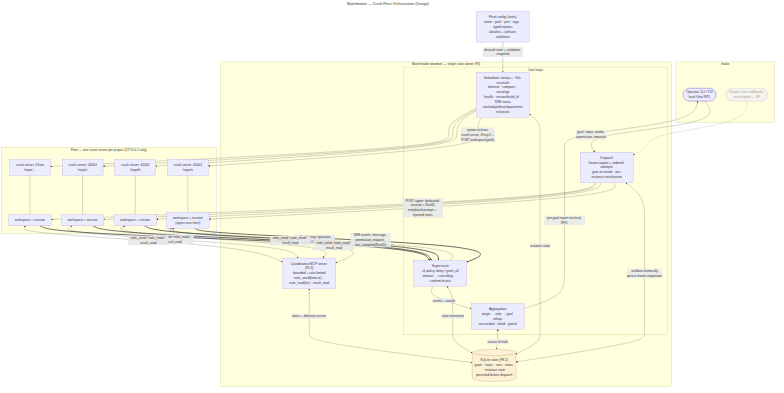
pshickeydev/matchmaker keeps this Mermaid diagram as docs/architecture.png. Above is the earlier version. Its source is kept beside it as docs/architecture.mmd.
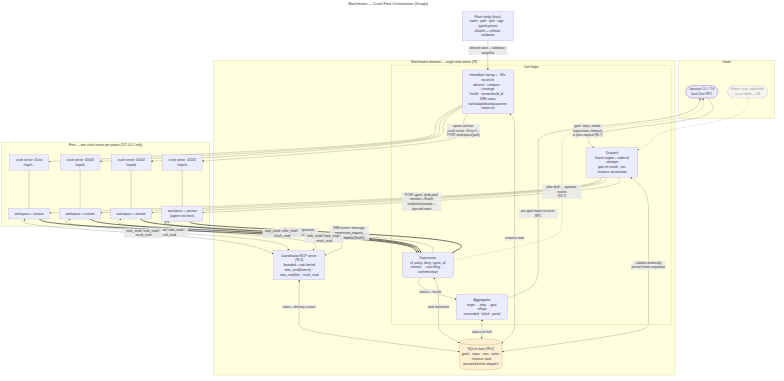
Later version of the same file.

What changed in the source:
```diff
@@ -37,8 +37,9 @@
         SN --- WN
     end
 
-    USER -->|"goal: steps, needs,<br/>supervision, timeouts"| DISP
+    USER -->|"goal: steps, needs,<br/>supervision, timeouts<br/>or plan request (§5.7)"| DISP
     FUTURE -.-> DISP
+    SUP -.->|"plan draft → operator review<br/>(§5.7)"| USER
     CONFIG -->|"desired state + validation snapshot"| RECON
     DISP <-->|"validate atomically<br/>persist frozen expansion"| STORE
     SUP <-->|"state transitions"| STORE
```
